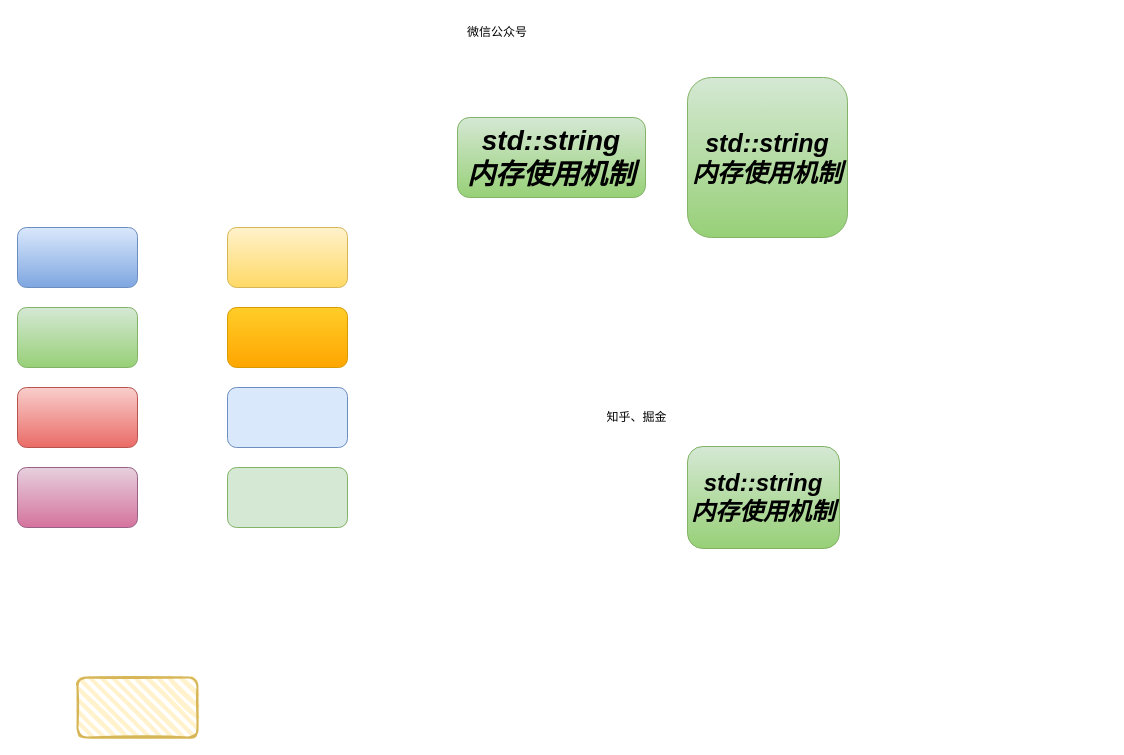
Before: 测试.drawio in wangxiaokun/mypic, a draw.io diagram. Source tidied: cells renumbered, new cells numbered last; positions are measured from the earlier drawing's top-left corner, leaving out a move shared by most shapes. Both pictures are drawn from the tidied source at 100%, with x=0, y=0 at pixel (17, 17).
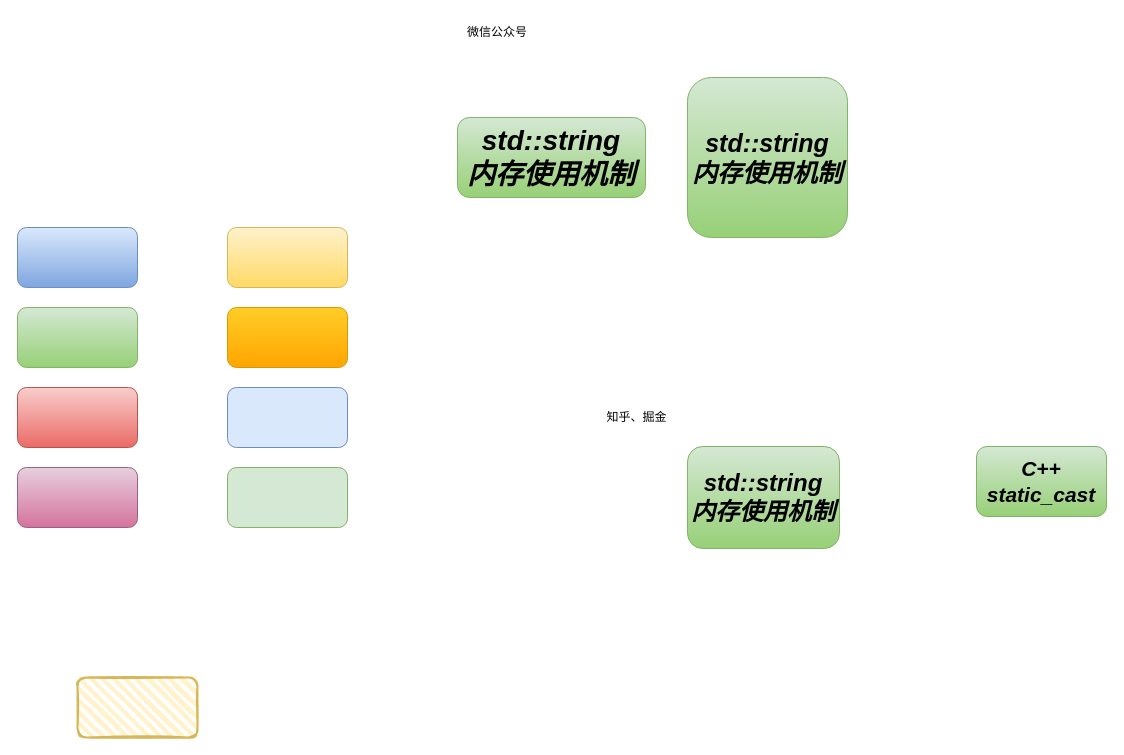
The same diagram, later.

The edit, as a diff of the source:
```diff
@@
 <mxGraphModel>
   <root>
     <mxCell id="0" />
     <mxCell id="1" parent="0" />
     <mxCell id="2" style="rounded=1;whiteSpace=wrap;html=1;fillColor=#dae8fc;gradientColor=#7ea6e0;strokeColor=#6c8ebf;" parent="1" vertex="1">
       <mxGeometry y="210" width="120" height="60" as="geometry" />
     </mxCell>
     <mxCell id="3" style="rounded=1;whiteSpace=wrap;html=1;fillColor=#fff2cc;gradientColor=#ffd966;strokeColor=#d6b656;" parent="1" vertex="1">
       <mxGeometry x="210" y="210" width="120" height="60" as="geometry" />
     </mxCell>
     <mxCell id="4" style="rounded=1;whiteSpace=wrap;html=1;fillColor=#d5e8d4;gradientColor=#97d077;strokeColor=#82b366;" parent="1" vertex="1">
       <mxGeometry y="290" width="120" height="60" as="geometry" />
     </mxCell>
     <mxCell id="5" style="rounded=1;whiteSpace=wrap;html=1;fillColor=#e6d0de;gradientColor=#d5739d;strokeColor=#996185;" parent="1" vertex="1">
       <mxGeometry y="450" width="120" height="60" as="geometry" />
     </mxCell>
     <mxCell id="6" style="rounded=1;whiteSpace=wrap;html=1;fillColor=#f8cecc;gradientColor=#ea6b66;strokeColor=#b85450;" parent="1" vertex="1">
       <mxGeometry y="370" width="120" height="60" as="geometry" />
     </mxCell>
     <mxCell id="7" style="rounded=1;whiteSpace=wrap;html=1;fillColor=#ffcd28;gradientColor=#ffa500;strokeColor=#d79b00;" parent="1" vertex="1">
       <mxGeometry x="210" y="290" width="120" height="60" as="geometry" />
     </mxCell>
     <mxCell id="8" style="rounded=1;whiteSpace=wrap;html=1;fillColor=#dae8fc;strokeColor=#6c8ebf;" parent="1" vertex="1">
       <mxGeometry x="210" y="370" width="120" height="60" as="geometry" />
     </mxCell>
     <mxCell id="9" style="rounded=1;whiteSpace=wrap;html=1;fillColor=#d5e8d4;strokeColor=#82b366;" parent="1" vertex="1">
       <mxGeometry x="210" y="450" width="120" height="60" as="geometry" />
     </mxCell>
     <mxCell id="10" style="rounded=1;whiteSpace=wrap;html=1;strokeWidth=2;fillWeight=4;hachureGap=8;hachureAngle=45;fillColor=#fff2cc;sketch=1;strokeColor=#d6b656;" parent="1" vertex="1">
       <mxGeometry x="60" y="660" width="120" height="60" as="geometry" />
     </mxCell>
     <mxCell id="11" value="std::string&lt;div&gt;内存使用机制&lt;/div&gt;" style="rounded=1;whiteSpace=wrap;html=1;fillColor=#d5e8d4;gradientColor=#97d077;strokeColor=#82b366;fontStyle=3;fontSize=28;" parent="1" vertex="1">
       <mxGeometry x="440" y="100" width="188" height="80" as="geometry" />
     </mxCell>
     <mxCell id="12" value="&lt;i&gt;&lt;b&gt;&lt;font style=&quot;font-size: 25px;&quot;&gt;std::string&lt;/font&gt;&lt;/b&gt;&lt;/i&gt;&lt;div&gt;&lt;i&gt;&lt;b&gt;&lt;font style=&quot;font-size: 25px;&quot;&gt;内存使用机制&lt;/font&gt;&lt;/b&gt;&lt;/i&gt;&lt;/div&gt;" style="rounded=1;whiteSpace=wrap;html=1;fillColor=#d5e8d4;gradientColor=#97d077;strokeColor=#82b366;" parent="1" vertex="1">
       <mxGeometry x="670" y="60" width="160" height="160" as="geometry" />
     </mxCell>
     <mxCell id="13" value="std::string&lt;div&gt;内存使用机制&lt;/div&gt;" style="rounded=1;whiteSpace=wrap;html=1;fillColor=#d5e8d4;gradientColor=#97d077;strokeColor=#82b366;fontStyle=3;fontSize=24;" parent="1" vertex="1">
       <mxGeometry x="670" y="429" width="152" height="102" as="geometry" />
     </mxCell>
     <mxCell id="14" value="微信公众号" style="text;html=1;whiteSpace=wrap;strokeColor=none;fillColor=none;align=center;verticalAlign=middle;rounded=0;" parent="1" vertex="1">
       <mxGeometry x="430" width="100" height="30" as="geometry" />
     </mxCell>
     <mxCell id="15" value="知乎、掘金" style="text;html=1;whiteSpace=wrap;strokeColor=none;fillColor=none;align=center;verticalAlign=middle;rounded=0;" parent="1" vertex="1">
       <mxGeometry x="569" y="385" width="101" height="30" as="geometry" />
     </mxCell>
+    <mxCell id="16" value="C++&lt;br&gt;&lt;div&gt;static_cast&lt;/div&gt;" style="rounded=1;whiteSpace=wrap;html=1;fillColor=#d5e8d4;gradientColor=#97d077;strokeColor=#82b366;fontStyle=3;fontSize=21;" parent="1" vertex="1">
+      <mxGeometry x="959" y="429" width="130" height="70" as="geometry" />
+    </mxCell>
   </root>
 </mxGraphModel>
```
